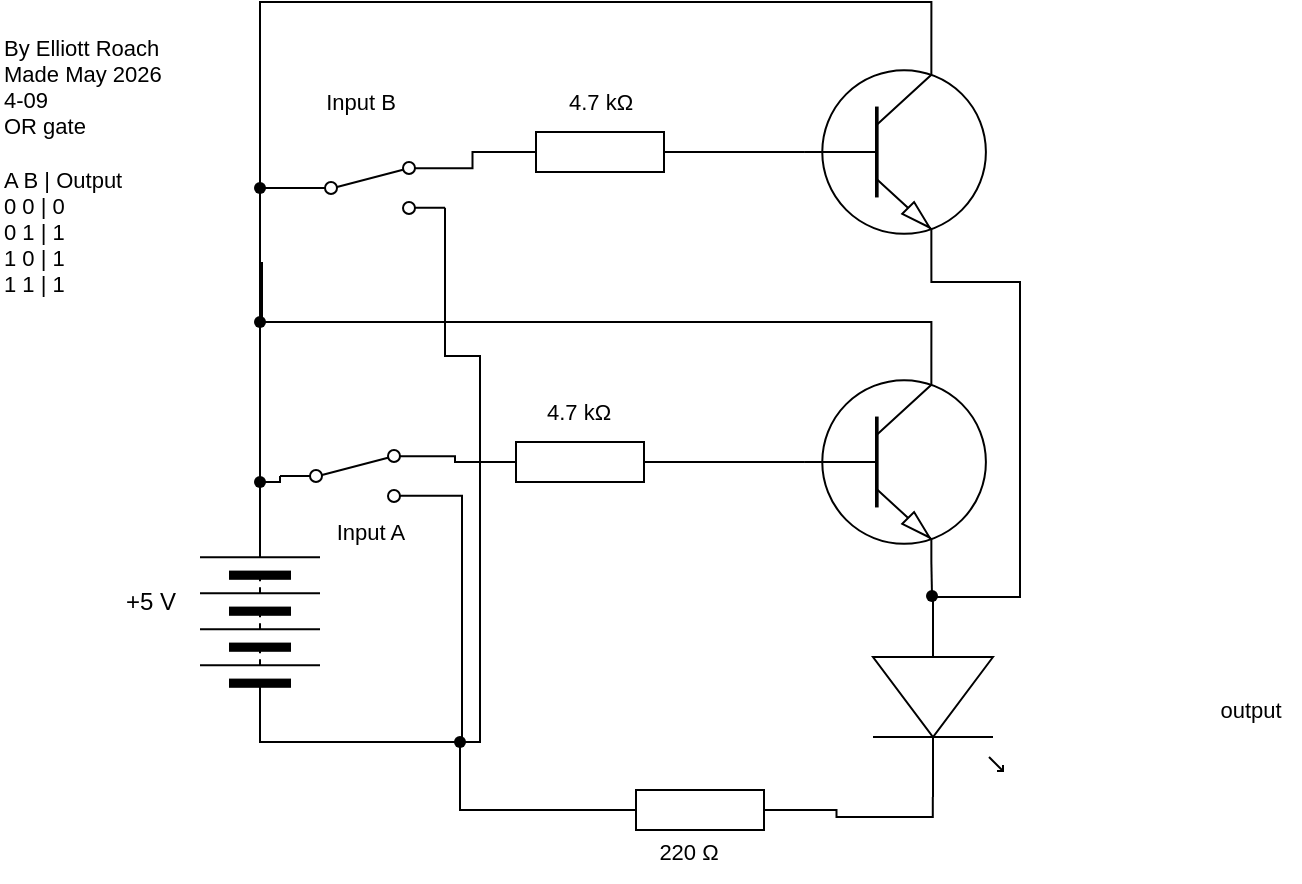
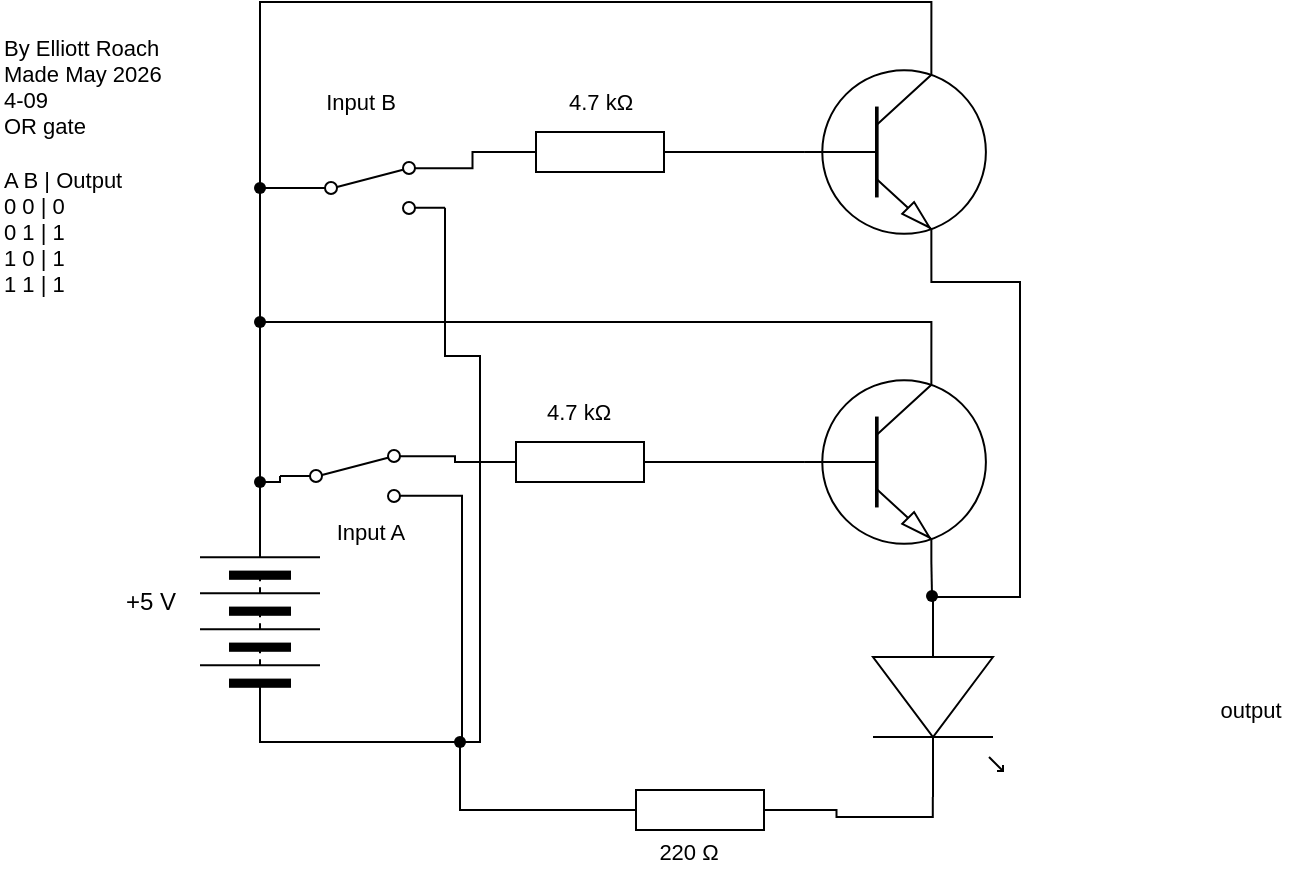
<mxfile host="65bd71144e">
    <diagram id="oby_NsngL4bM8tBB5w6z" name="Page-1">
-         <mxGraphModel dx="542" dy="1425" grid="1" gridSize="10" guides="1" tooltips="1" connect="1" arrows="1" fold="1" page="1" pageScale="1" pageWidth="850" pageHeight="1100" math="0" shadow="0">
+         <mxGraphModel dx="177" dy="1206" grid="1" gridSize="10" guides="1" tooltips="1" connect="1" arrows="1" fold="1" page="1" pageScale="1" pageWidth="850" pageHeight="1100" math="0" shadow="0">
            <root>
                <mxCell id="0"/>
                <mxCell id="1" parent="0"/>
                <mxCell id="3" value="" style="pointerEvents=1;verticalLabelPosition=bottom;shadow=0;dashed=0;align=center;html=1;verticalAlign=top;shape=mxgraph.electrical.resistors.resistor_1;rotation=0;" parent="1" vertex="1">
                    <mxGeometry x="430" y="144" width="100" height="20" as="geometry"/>
                </mxCell>
                <mxCell id="4" value="" style="verticalLabelPosition=bottom;shadow=0;dashed=0;align=center;html=1;verticalAlign=top;shape=mxgraph.electrical.opto_electronics.led_1;pointerEvents=1;rotation=90;" parent="1" vertex="1">
                    <mxGeometry x="549" y="65" width="100" height="65" as="geometry"/>
                </mxCell>
                <mxCell id="8" style="edgeStyle=orthogonalEdgeStyle;shape=connector;curved=0;rounded=0;html=1;exitDx=0;exitDy=0;exitPerimeter=0;entryX=0;entryY=0.5;entryDx=0;entryDy=0;strokeColor=#000000;align=center;verticalAlign=middle;fontFamily=Helvetica;fontSize=11;fontColor=default;labelBackgroundColor=default;endArrow=none;endFill=0;" parent="1" source="18" target="11" edge="1">
                    <mxGeometry relative="1" as="geometry">
                        <mxPoint x="342.9" y="48.809999999999945" as="targetPoint"/>
                    </mxGeometry>
                </mxCell>
                <mxCell id="9" value="220&amp;nbsp;Ω" style="text;html=1;align=center;verticalAlign=middle;resizable=0;points=[];autosize=1;strokeColor=none;fillColor=none;fontFamily=Helvetica;fontSize=11;fontColor=default;labelBackgroundColor=default;" parent="1" vertex="1">
                    <mxGeometry x="449" y="160" width="50" height="30" as="geometry"/>
                </mxCell>
                <mxCell id="10" value="By Elliott Roach&lt;div&gt;Made May 2026&amp;nbsp;&lt;/div&gt;&lt;div&gt;4-09&lt;/div&gt;&lt;div&gt;OR gate&lt;/div&gt;&lt;div&gt;&lt;br&gt;&lt;/div&gt;&lt;div&gt;A B | Output&lt;/div&gt;&lt;div&gt;0 0 | 0&lt;/div&gt;&lt;div&gt;0 1 | 1&lt;/div&gt;&lt;div&gt;1 0 | 1&lt;/div&gt;&lt;div&gt;1 1 | 1&lt;/div&gt;" style="text;html=1;align=left;verticalAlign=middle;resizable=0;points=[];autosize=1;strokeColor=none;fillColor=none;fontFamily=Helvetica;fontSize=11;fontColor=default;labelBackgroundColor=default;" parent="1" vertex="1">
                    <mxGeometry x="130" y="-243" width="120" height="150" as="geometry"/>
                </mxCell>
                <mxCell id="15" style="edgeStyle=orthogonalEdgeStyle;shape=connector;curved=0;rounded=0;html=1;entryX=0;entryY=0.5;entryDx=0;entryDy=0;strokeColor=#000000;align=center;verticalAlign=middle;fontFamily=Helvetica;fontSize=11;fontColor=default;labelBackgroundColor=default;endArrow=none;endFill=0;exitDx=0;exitDy=0;" parent="1" source="26" target="13" edge="1">
                    <mxGeometry relative="1" as="geometry">
                        <Array as="points">
                            <mxPoint x="260" y="-10"/>
                            <mxPoint x="270" y="-10"/>
                        </Array>
                        <mxPoint x="240" as="sourcePoint"/>
                    </mxGeometry>
                </mxCell>
                <mxCell id="11" value="" style="pointerEvents=1;verticalLabelPosition=bottom;shadow=0;dashed=0;align=center;html=1;verticalAlign=top;shape=mxgraph.electrical.miscellaneous.batteryStack;fontFamily=Helvetica;fontSize=11;fontColor=default;labelBackgroundColor=default;rotation=-90;" parent="1" vertex="1">
                    <mxGeometry x="210" y="30" width="100" height="60" as="geometry"/>
                </mxCell>
                <mxCell id="12" value="+5 V" style="text;html=1;align=center;verticalAlign=middle;resizable=0;points=[];autosize=1;strokeColor=none;fillColor=none;" parent="1" vertex="1">
                    <mxGeometry x="180" y="35" width="50" height="30" as="geometry"/>
                </mxCell>
                <mxCell id="16" style="edgeStyle=orthogonalEdgeStyle;shape=connector;curved=0;rounded=0;html=1;exitX=1;exitY=0.88;exitDx=0;exitDy=0;strokeColor=#000000;align=center;verticalAlign=middle;fontFamily=Helvetica;fontSize=11;fontColor=default;labelBackgroundColor=default;endArrow=none;endFill=0;" parent="1" source="13" edge="1">
                    <mxGeometry relative="1" as="geometry">
                        <mxPoint x="360" y="120" as="targetPoint"/>
                        <Array as="points">
                            <mxPoint x="361" y="-3"/>
                            <mxPoint x="361" y="120"/>
                        </Array>
                    </mxGeometry>
                </mxCell>
                <mxCell id="13" value="" style="html=1;shape=mxgraph.electrical.electro-mechanical.twoWaySwitch;aspect=fixed;elSwitchState=2;fontFamily=Helvetica;fontSize=11;fontColor=default;labelBackgroundColor=default;" parent="1" vertex="1">
                    <mxGeometry x="270" y="-26" width="75" height="26" as="geometry"/>
                </mxCell>
                <mxCell id="18" value="" style="shape=waypoint;sketch=0;size=6;pointerEvents=1;points=[];fillColor=none;resizable=0;rotatable=0;perimeter=centerPerimeter;snapToPoint=1;fontFamily=Helvetica;fontSize=11;fontColor=default;labelBackgroundColor=default;" parent="1" vertex="1">
                    <mxGeometry x="350" y="110" width="20" height="20" as="geometry"/>
                </mxCell>
                <mxCell id="20" value="Input A" style="text;html=1;align=center;verticalAlign=middle;resizable=0;points=[];autosize=1;strokeColor=none;fillColor=none;fontFamily=Helvetica;fontSize=11;fontColor=default;labelBackgroundColor=default;" parent="1" vertex="1">
                    <mxGeometry x="285" width="60" height="30" as="geometry"/>
                </mxCell>
-                 <mxCell id="62" style="edgeStyle=orthogonalEdgeStyle;shape=connector;curved=0;rounded=0;html=1;exitX=0.7;exitY=0;exitDx=0;exitDy=0;exitPerimeter=0;strokeColor=#000000;align=center;verticalAlign=middle;fontFamily=Helvetica;fontSize=11;fontColor=default;labelBackgroundColor=default;endArrow=none;endFill=0;" edge="1" parent="1" source="21">
+                 <mxCell id="62" style="edgeStyle=orthogonalEdgeStyle;shape=connector;curved=0;rounded=0;html=1;exitX=0.7;exitY=0;exitDx=0;exitDy=0;exitPerimeter=0;strokeColor=#000000;align=center;verticalAlign=middle;fontFamily=Helvetica;fontSize=11;fontColor=default;labelBackgroundColor=default;endArrow=none;endFill=0;" parent="1" source="21" edge="1" target="64">
                    <mxGeometry relative="1" as="geometry">
                        <mxPoint x="261" y="-120" as="targetPoint"/>
                        <Array as="points">
                            <mxPoint x="596" y="-90"/>
-                             <mxPoint x="261" y="-90"/>
                        </Array>
                    </mxGeometry>
                </mxCell>
                <mxCell id="21" value="" style="verticalLabelPosition=bottom;shadow=0;dashed=0;align=center;html=1;verticalAlign=top;shape=mxgraph.electrical.transistors.npn_transistor_1;" parent="1" vertex="1">
                    <mxGeometry x="530" y="-70" width="95" height="100" as="geometry"/>
                </mxCell>
                <mxCell id="24" style="edgeStyle=orthogonalEdgeStyle;shape=connector;curved=0;rounded=0;html=1;exitX=0;exitY=0.5;exitDx=0;exitDy=0;exitPerimeter=0;entryX=0.549;entryY=0.654;entryDx=0;entryDy=0;entryPerimeter=0;strokeColor=#000000;align=center;verticalAlign=middle;fontFamily=Helvetica;fontSize=11;fontColor=default;labelBackgroundColor=default;endArrow=none;endFill=0;" parent="1" source="3" target="18" edge="1">
                    <mxGeometry relative="1" as="geometry">
                        <Array as="points">
                            <mxPoint x="360" y="154"/>
                        </Array>
                    </mxGeometry>
                </mxCell>
                <mxCell id="29" value="" style="pointerEvents=1;verticalLabelPosition=bottom;shadow=0;dashed=0;align=center;html=1;verticalAlign=top;shape=mxgraph.electrical.resistors.resistor_1;rotation=0;" parent="1" vertex="1">
                    <mxGeometry x="370" y="-30" width="100" height="20" as="geometry"/>
                </mxCell>
                <mxCell id="30" style="edgeStyle=orthogonalEdgeStyle;shape=connector;curved=0;rounded=0;html=1;exitX=1;exitY=0.12;exitDx=0;exitDy=0;entryX=0;entryY=0.5;entryDx=0;entryDy=0;entryPerimeter=0;strokeColor=#000000;align=center;verticalAlign=middle;fontFamily=Helvetica;fontSize=11;fontColor=default;labelBackgroundColor=default;endArrow=none;endFill=0;" parent="1" source="13" target="29" edge="1">
                    <mxGeometry relative="1" as="geometry"/>
                </mxCell>
                <mxCell id="31" style="edgeStyle=orthogonalEdgeStyle;shape=connector;curved=0;rounded=0;html=1;exitX=1;exitY=0.5;exitDx=0;exitDy=0;exitPerimeter=0;entryX=0;entryY=0.5;entryDx=0;entryDy=0;entryPerimeter=0;strokeColor=#000000;align=center;verticalAlign=middle;fontFamily=Helvetica;fontSize=11;fontColor=default;labelBackgroundColor=default;endArrow=none;endFill=0;" parent="1" source="29" target="21" edge="1">
                    <mxGeometry relative="1" as="geometry"/>
                </mxCell>
                <mxCell id="33" value="4.7 kΩ" style="text;html=1;align=center;verticalAlign=middle;resizable=0;points=[];autosize=1;strokeColor=none;fillColor=none;fontFamily=Helvetica;fontSize=11;fontColor=default;labelBackgroundColor=default;" parent="1" vertex="1">
                    <mxGeometry x="389" y="-60" width="60" height="30" as="geometry"/>
                </mxCell>
                <mxCell id="34" value="output" style="text;html=1;align=center;verticalAlign=middle;resizable=0;points=[];autosize=1;strokeColor=none;fillColor=none;fontFamily=Helvetica;fontSize=11;fontColor=default;labelBackgroundColor=default;" parent="1" vertex="1">
                    <mxGeometry x="730" y="89" width="50" height="30" as="geometry"/>
                </mxCell>
                <mxCell id="35" value="" style="edgeStyle=orthogonalEdgeStyle;shape=connector;curved=0;rounded=0;html=1;entryDx=0;entryDy=0;strokeColor=#000000;align=center;verticalAlign=middle;fontFamily=Helvetica;fontSize=11;fontColor=default;labelBackgroundColor=default;endArrow=none;endFill=0;exitX=1;exitY=0.5;exitDx=0;exitDy=0;" parent="1" source="11" target="26" edge="1">
                    <mxGeometry relative="1" as="geometry">
                        <Array as="points"/>
                        <mxPoint x="260" y="10" as="sourcePoint"/>
                        <mxPoint x="270" y="-13" as="targetPoint"/>
                    </mxGeometry>
                </mxCell>
                <mxCell id="26" value="" style="shape=waypoint;sketch=0;size=6;pointerEvents=1;points=[];fillColor=none;resizable=0;rotatable=0;perimeter=centerPerimeter;snapToPoint=1;fontFamily=Helvetica;fontSize=11;fontColor=default;labelBackgroundColor=default;" parent="1" vertex="1">
                    <mxGeometry x="250" y="-20" width="20" height="20" as="geometry"/>
                </mxCell>
                <mxCell id="45" style="edgeStyle=orthogonalEdgeStyle;shape=connector;curved=0;rounded=0;html=1;exitDx=0;exitDy=0;exitPerimeter=0;entryX=0.7;entryY=1;entryDx=0;entryDy=0;entryPerimeter=0;strokeColor=#000000;align=center;verticalAlign=middle;fontFamily=Helvetica;fontSize=11;fontColor=default;labelBackgroundColor=default;endArrow=none;endFill=0;" parent="1" source="69" target="21" edge="1">
                    <mxGeometry relative="1" as="geometry"/>
                </mxCell>
                <mxCell id="53" style="edgeStyle=orthogonalEdgeStyle;shape=connector;curved=0;rounded=0;html=1;exitX=1;exitY=0.88;exitDx=0;exitDy=0;strokeColor=#000000;align=center;verticalAlign=middle;fontFamily=Helvetica;fontSize=11;fontColor=default;labelBackgroundColor=default;endArrow=none;endFill=0;" parent="1" source="46" target="18" edge="1">
                    <mxGeometry relative="1" as="geometry">
                        <Array as="points">
                            <mxPoint x="370" y="-73"/>
                            <mxPoint x="370" y="120"/>
                        </Array>
                    </mxGeometry>
                </mxCell>
                <mxCell id="46" value="" style="html=1;shape=mxgraph.electrical.electro-mechanical.twoWaySwitch;aspect=fixed;elSwitchState=2;fontFamily=Helvetica;fontSize=11;fontColor=default;labelBackgroundColor=default;" parent="1" vertex="1">
                    <mxGeometry x="277.5" y="-170" width="75" height="26" as="geometry"/>
                </mxCell>
                <mxCell id="47" value="" style="pointerEvents=1;verticalLabelPosition=bottom;shadow=0;dashed=0;align=center;html=1;verticalAlign=top;shape=mxgraph.electrical.resistors.resistor_1;rotation=0;" parent="1" vertex="1">
                    <mxGeometry x="380" y="-185" width="100" height="20" as="geometry"/>
                </mxCell>
                <mxCell id="48" value="4.7 kΩ" style="text;html=1;align=center;verticalAlign=middle;resizable=0;points=[];autosize=1;strokeColor=none;fillColor=none;fontFamily=Helvetica;fontSize=11;fontColor=default;labelBackgroundColor=default;" parent="1" vertex="1">
                    <mxGeometry x="400" y="-215" width="60" height="30" as="geometry"/>
                </mxCell>
                <mxCell id="49" style="edgeStyle=orthogonalEdgeStyle;shape=connector;curved=0;rounded=0;html=1;exitX=1;exitY=0.12;exitDx=0;exitDy=0;entryX=0;entryY=0.5;entryDx=0;entryDy=0;entryPerimeter=0;strokeColor=#000000;align=center;verticalAlign=middle;fontFamily=Helvetica;fontSize=11;fontColor=default;labelBackgroundColor=default;endArrow=none;endFill=0;" parent="1" source="46" target="47" edge="1">
                    <mxGeometry relative="1" as="geometry"/>
                </mxCell>
                <mxCell id="51" style="edgeStyle=orthogonalEdgeStyle;shape=connector;curved=0;rounded=0;html=1;exitDx=0;exitDy=0;entryX=0.73;entryY=0.3;entryDx=0;entryDy=0;entryPerimeter=0;strokeColor=#000000;align=center;verticalAlign=middle;fontFamily=Helvetica;fontSize=11;fontColor=default;labelBackgroundColor=default;endArrow=none;endFill=0;" parent="1" source="64" target="26" edge="1">
                    <mxGeometry relative="1" as="geometry"/>
                </mxCell>
                <mxCell id="52" value="Input B" style="text;html=1;align=center;verticalAlign=middle;resizable=0;points=[];autosize=1;strokeColor=none;fillColor=none;fontFamily=Helvetica;fontSize=11;fontColor=default;labelBackgroundColor=default;" parent="1" vertex="1">
                    <mxGeometry x="275" y="-215" width="70" height="30" as="geometry"/>
                </mxCell>
                <mxCell id="58" style="edgeStyle=orthogonalEdgeStyle;shape=connector;curved=0;rounded=0;html=1;exitX=0.7;exitY=0;exitDx=0;exitDy=0;exitPerimeter=0;strokeColor=#000000;align=center;verticalAlign=middle;fontFamily=Helvetica;fontSize=11;fontColor=default;labelBackgroundColor=default;endArrow=none;endFill=0;entryX=0.367;entryY=0.121;entryDx=0;entryDy=0;entryPerimeter=0;" parent="1" source="55" target="59" edge="1">
                    <mxGeometry relative="1" as="geometry">
                        <mxPoint x="430" y="-160" as="targetPoint"/>
                        <Array as="points">
                            <mxPoint x="596" y="-250"/>
                            <mxPoint x="260" y="-250"/>
                        </Array>
                    </mxGeometry>
                </mxCell>
-                 <mxCell id="68" style="edgeStyle=orthogonalEdgeStyle;shape=connector;curved=0;rounded=0;html=1;exitX=0.7;exitY=1;exitDx=0;exitDy=0;exitPerimeter=0;strokeColor=#000000;align=center;verticalAlign=middle;fontFamily=Helvetica;fontSize=11;fontColor=default;labelBackgroundColor=default;endArrow=none;endFill=0;entryX=0;entryY=0.54;entryDx=0;entryDy=0;entryPerimeter=0;" edge="1" parent="1" source="55" target="4">
+                 <mxCell id="68" style="edgeStyle=orthogonalEdgeStyle;shape=connector;curved=0;rounded=0;html=1;exitX=0.7;exitY=1;exitDx=0;exitDy=0;exitPerimeter=0;strokeColor=#000000;align=center;verticalAlign=middle;fontFamily=Helvetica;fontSize=11;fontColor=default;labelBackgroundColor=default;endArrow=none;endFill=0;entryX=0;entryY=0.54;entryDx=0;entryDy=0;entryPerimeter=0;" parent="1" source="55" target="4" edge="1">
                    <mxGeometry relative="1" as="geometry">
                        <mxPoint x="640" y="60" as="targetPoint"/>
                        <Array as="points">
                            <mxPoint x="596" y="-110"/>
                            <mxPoint x="640" y="-110"/>
                            <mxPoint x="640" y="47"/>
                        </Array>
                    </mxGeometry>
                </mxCell>
                <mxCell id="55" value="" style="verticalLabelPosition=bottom;shadow=0;dashed=0;align=center;html=1;verticalAlign=top;shape=mxgraph.electrical.transistors.npn_transistor_1;" parent="1" vertex="1">
                    <mxGeometry x="530" y="-225" width="95" height="100" as="geometry"/>
                </mxCell>
                <mxCell id="56" style="edgeStyle=orthogonalEdgeStyle;shape=connector;curved=0;rounded=0;html=1;exitX=1;exitY=0.5;exitDx=0;exitDy=0;exitPerimeter=0;entryX=0;entryY=0.5;entryDx=0;entryDy=0;entryPerimeter=0;strokeColor=#000000;align=center;verticalAlign=middle;fontFamily=Helvetica;fontSize=11;fontColor=default;labelBackgroundColor=default;endArrow=none;endFill=0;" parent="1" source="47" target="55" edge="1">
                    <mxGeometry relative="1" as="geometry"/>
                </mxCell>
                <mxCell id="60" value="" style="edgeStyle=orthogonalEdgeStyle;shape=connector;curved=0;rounded=0;html=1;exitX=0;exitY=0.5;exitDx=0;exitDy=0;entryDx=0;entryDy=0;entryPerimeter=0;strokeColor=#000000;align=center;verticalAlign=middle;fontFamily=Helvetica;fontSize=11;fontColor=default;labelBackgroundColor=default;endArrow=none;endFill=0;" parent="1" source="46" target="59" edge="1">
                    <mxGeometry relative="1" as="geometry">
                        <mxPoint x="275" y="-83" as="sourcePoint"/>
                        <mxPoint x="260" y="-10" as="targetPoint"/>
                    </mxGeometry>
                </mxCell>
                <mxCell id="59" value="" style="shape=waypoint;sketch=0;size=6;pointerEvents=1;points=[];fillColor=none;resizable=0;rotatable=0;perimeter=centerPerimeter;snapToPoint=1;fontFamily=Helvetica;fontSize=11;fontColor=default;labelBackgroundColor=default;" parent="1" vertex="1">
                    <mxGeometry x="250" y="-167" width="20" height="20" as="geometry"/>
                </mxCell>
-                 <mxCell id="70" value="" style="edgeStyle=orthogonalEdgeStyle;shape=connector;curved=0;rounded=0;html=1;exitX=0;exitY=0.54;exitDx=0;exitDy=0;exitPerimeter=0;entryDx=0;entryDy=0;entryPerimeter=0;strokeColor=#000000;align=center;verticalAlign=middle;fontFamily=Helvetica;fontSize=11;fontColor=default;labelBackgroundColor=default;endArrow=none;endFill=0;" edge="1" parent="1" source="4" target="69">
+                 <mxCell id="70" value="" style="edgeStyle=orthogonalEdgeStyle;shape=connector;curved=0;rounded=0;html=1;exitX=0;exitY=0.54;exitDx=0;exitDy=0;exitPerimeter=0;entryDx=0;entryDy=0;entryPerimeter=0;strokeColor=#000000;align=center;verticalAlign=middle;fontFamily=Helvetica;fontSize=11;fontColor=default;labelBackgroundColor=default;endArrow=none;endFill=0;" parent="1" source="4" target="69" edge="1">
                    <mxGeometry relative="1" as="geometry">
                        <mxPoint x="597" y="48" as="sourcePoint"/>
                        <mxPoint x="596" y="30" as="targetPoint"/>
                    </mxGeometry>
                </mxCell>
-                 <mxCell id="69" value="" style="shape=waypoint;sketch=0;size=6;pointerEvents=1;points=[];fillColor=none;resizable=0;rotatable=0;perimeter=centerPerimeter;snapToPoint=1;fontFamily=Helvetica;fontSize=11;fontColor=default;labelBackgroundColor=default;" vertex="1" parent="1">
+                 <mxCell id="69" value="" style="shape=waypoint;sketch=0;size=6;pointerEvents=1;points=[];fillColor=none;resizable=0;rotatable=0;perimeter=centerPerimeter;snapToPoint=1;fontFamily=Helvetica;fontSize=11;fontColor=default;labelBackgroundColor=default;" parent="1" vertex="1">
                    <mxGeometry x="586" y="37" width="20" height="20" as="geometry"/>
                </mxCell>
-                 <mxCell id="72" style="edgeStyle=orthogonalEdgeStyle;shape=connector;curved=0;rounded=0;html=1;exitX=1;exitY=0.54;exitDx=0;exitDy=0;exitPerimeter=0;entryX=1;entryY=0.5;entryDx=0;entryDy=0;entryPerimeter=0;strokeColor=#000000;align=center;verticalAlign=middle;fontFamily=Helvetica;fontSize=11;fontColor=default;labelBackgroundColor=default;endArrow=none;endFill=0;" edge="1" parent="1" source="4" target="3">
+                 <mxCell id="72" style="edgeStyle=orthogonalEdgeStyle;shape=connector;curved=0;rounded=0;html=1;exitX=1;exitY=0.54;exitDx=0;exitDy=0;exitPerimeter=0;entryX=1;entryY=0.5;entryDx=0;entryDy=0;entryPerimeter=0;strokeColor=#000000;align=center;verticalAlign=middle;fontFamily=Helvetica;fontSize=11;fontColor=default;labelBackgroundColor=default;endArrow=none;endFill=0;" parent="1" source="4" target="3" edge="1">
                    <mxGeometry relative="1" as="geometry"/>
                </mxCell>
-                 <mxCell id="73" value="" style="edgeStyle=orthogonalEdgeStyle;shape=connector;curved=0;rounded=0;html=1;exitDx=0;exitDy=0;entryDx=0;entryDy=0;entryPerimeter=0;strokeColor=#000000;align=center;verticalAlign=middle;fontFamily=Helvetica;fontSize=11;fontColor=default;labelBackgroundColor=default;endArrow=none;endFill=0;" edge="1" parent="1" source="59" target="64">
+                 <mxCell id="73" value="" style="edgeStyle=orthogonalEdgeStyle;shape=connector;curved=0;rounded=0;html=1;exitDx=0;exitDy=0;entryDx=0;entryDy=0;entryPerimeter=0;strokeColor=#000000;align=center;verticalAlign=middle;fontFamily=Helvetica;fontSize=11;fontColor=default;labelBackgroundColor=default;endArrow=none;endFill=0;" parent="1" source="59" target="64" edge="1">
                    <mxGeometry relative="1" as="geometry">
                        <mxPoint x="260" y="-157" as="sourcePoint"/>
                        <mxPoint x="260" y="-10" as="targetPoint"/>
                    </mxGeometry>
                </mxCell>
-                 <mxCell id="64" value="" style="shape=waypoint;sketch=0;size=6;pointerEvents=1;points=[];fillColor=none;resizable=0;rotatable=0;perimeter=centerPerimeter;snapToPoint=1;fontFamily=Helvetica;fontSize=11;fontColor=default;labelBackgroundColor=default;" vertex="1" parent="1">
+                 <mxCell id="64" value="" style="shape=waypoint;sketch=0;size=6;pointerEvents=1;points=[];fillColor=none;resizable=0;rotatable=0;perimeter=centerPerimeter;snapToPoint=1;fontFamily=Helvetica;fontSize=11;fontColor=default;labelBackgroundColor=default;" parent="1" vertex="1">
                    <mxGeometry x="250" y="-100" width="20" height="20" as="geometry"/>
                </mxCell>
            </root>
        </mxGraphModel>
    </diagram>
</mxfile>